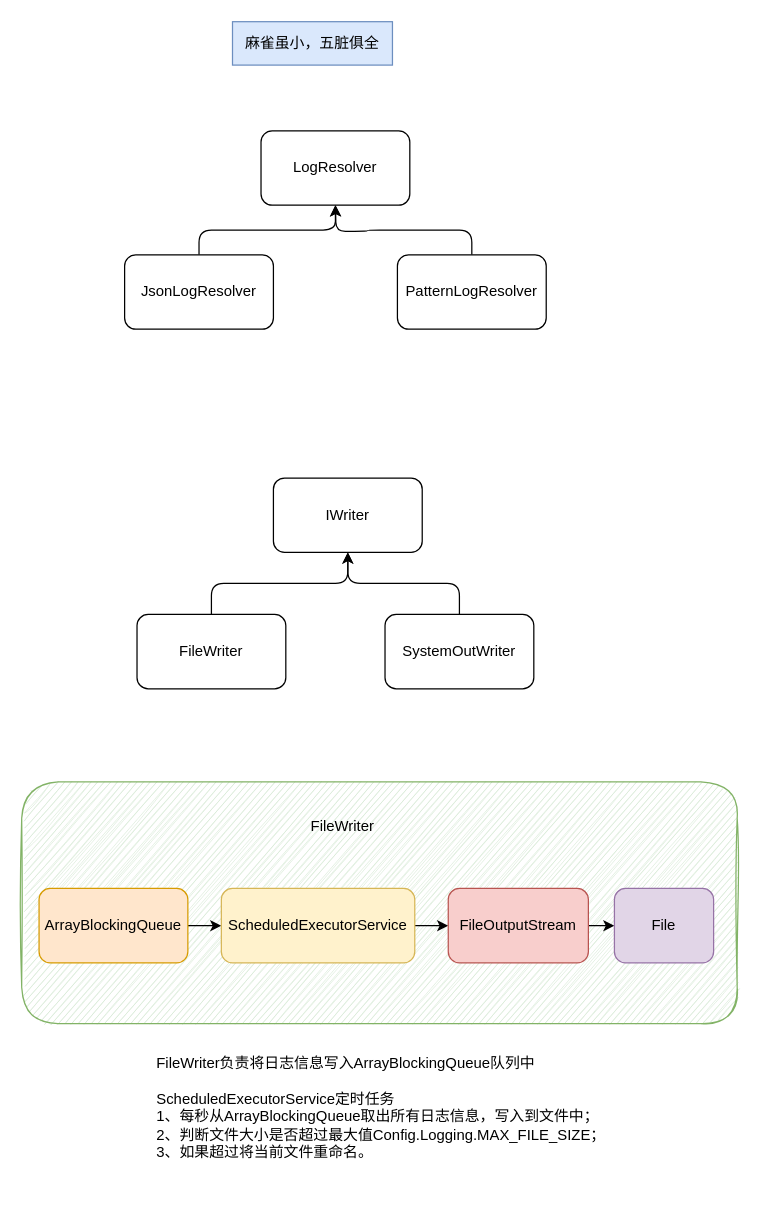
geekymv/blog-image keeps this draw.io diagram as sw-java-agent-logging-resolver.drawio. Above is the earlier version. Source tidied: cells renumbered, new cells numbered last; positions are measured from the earlier drawing's top-left corner, leaving out a move shared by most shapes. Both pictures are drawn from the tidied source at 124%, with x=0, y=0 at pixel (21, 21).
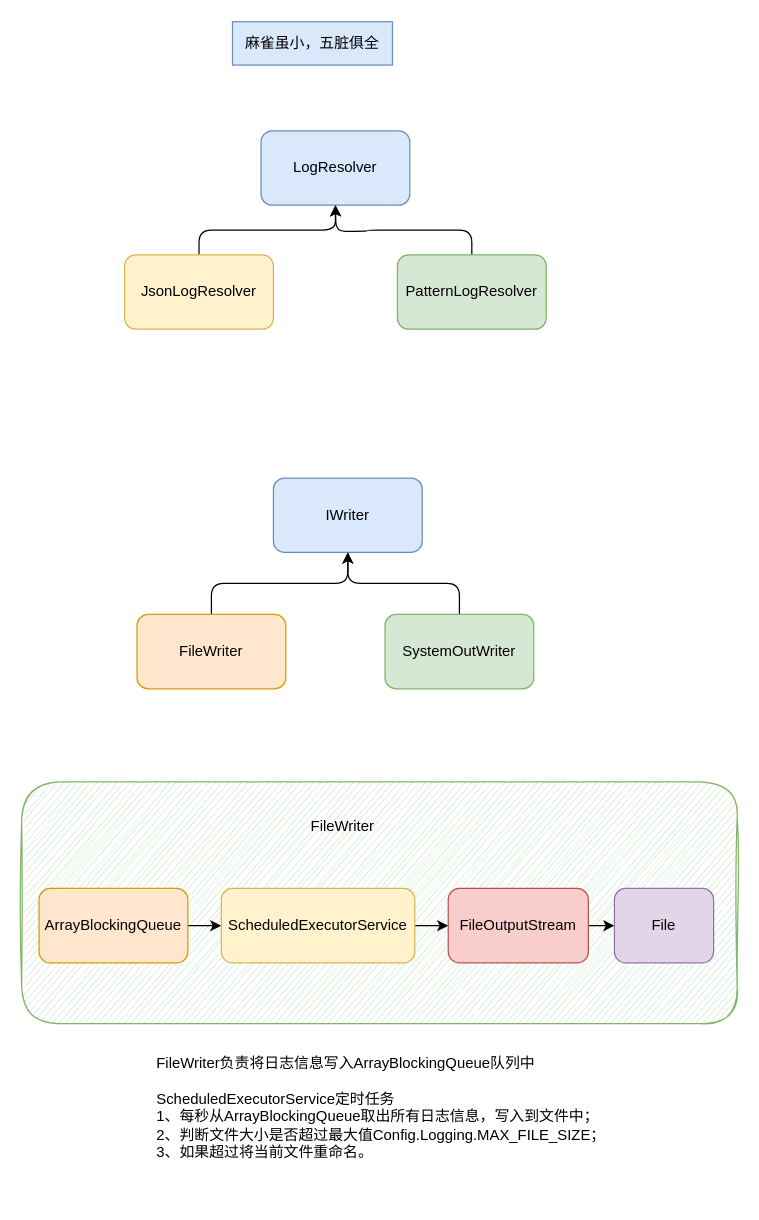
The same page after the edit.

The edit, as a diff of the source:
```diff
@@
-    <mxCell id="2" value="LogResolver" style="whiteSpace=wrap;html=1;rounded=1;" parent="1" vertex="1">
+    <mxCell id="2" value="LogResolver" style="whiteSpace=wrap;html=1;rounded=1;fillColor=#dae8fc;strokeColor=#6c8ebf;shadow=0;sketch=0;" parent="1" vertex="1">
       <mxGeometry x="193" y="88" width="120" height="60" as="geometry" />
     </mxCell>
-    <mxCell id="3" style="edgeStyle=orthogonalEdgeStyle;jettySize=auto;html=1;exitX=0.5;exitY=0;exitDx=0;exitDy=0;entryX=0.5;entryY=1;entryDx=0;entryDy=0;" parent="1" edge="1" source="4" target="2">
+    <mxCell id="3" style="edgeStyle=orthogonalEdgeStyle;jettySize=auto;html=1;exitX=0.5;exitY=0;exitDx=0;exitDy=0;entryX=0.5;entryY=1;entryDx=0;entryDy=0;shadow=0;sketch=0;" parent="1" edge="1" source="4" target="2">
       <mxGeometry relative="1" as="geometry" />
     </mxCell>
-    <mxCell id="4" value="JsonLogResolver" style="whiteSpace=wrap;html=1;rounded=1;" parent="1" vertex="1">
+    <mxCell id="4" value="JsonLogResolver" style="whiteSpace=wrap;html=1;rounded=1;fillColor=#fff2cc;strokeColor=#d6b656;shadow=0;sketch=0;" parent="1" vertex="1">
       <mxGeometry x="83" y="188" width="120" height="60" as="geometry" />
     </mxCell>
-    <mxCell id="5" style="edgeStyle=orthogonalEdgeStyle;jettySize=auto;html=1;exitX=0.5;exitY=0;exitDx=0;exitDy=0;" parent="1" edge="1" source="6">
+    <mxCell id="5" style="edgeStyle=orthogonalEdgeStyle;jettySize=auto;html=1;exitX=0.5;exitY=0;exitDx=0;exitDy=0;shadow=0;sketch=0;" parent="1" edge="1" source="6">
       <mxGeometry relative="1" as="geometry">
         <mxPoint x="253" y="148" as="targetPoint" />
       </mxGeometry>
     </mxCell>
-    <mxCell id="6" value="PatternLogResolver" style="whiteSpace=wrap;html=1;rounded=1;" parent="1" vertex="1">
+    <mxCell id="6" value="PatternLogResolver" style="whiteSpace=wrap;html=1;rounded=1;fillColor=#d5e8d4;strokeColor=#82b366;shadow=0;sketch=0;" parent="1" vertex="1">
       <mxGeometry x="303" y="188" width="120" height="60" as="geometry" />
     </mxCell>
-    <mxCell id="7" value="IWriter" style="whiteSpace=wrap;html=1;rounded=1;" parent="1" vertex="1">
+    <mxCell id="7" value="IWriter" style="whiteSpace=wrap;html=1;rounded=1;fillColor=#dae8fc;strokeColor=#6c8ebf;" parent="1" vertex="1">
       <mxGeometry x="203" y="368" width="120" height="60" as="geometry" />
     </mxCell>
@@
-    <mxCell id="9" value="FileWriter" style="whiteSpace=wrap;html=1;rounded=1;" parent="1" vertex="1">
+    <mxCell id="9" value="FileWriter" style="whiteSpace=wrap;html=1;rounded=1;fillColor=#ffe6cc;strokeColor=#d79b00;" parent="1" vertex="1">
       <mxGeometry x="93" y="478" width="120" height="60" as="geometry" />
     </mxCell>
@@
-    <mxCell id="11" value="SystemOutWriter" style="whiteSpace=wrap;html=1;rounded=1;" parent="1" vertex="1">
+    <mxCell id="11" value="SystemOutWriter" style="whiteSpace=wrap;html=1;rounded=1;fillColor=#d5e8d4;strokeColor=#82b366;" parent="1" vertex="1">
       <mxGeometry x="293" y="478" width="120" height="60" as="geometry" />
     </mxCell>
```
